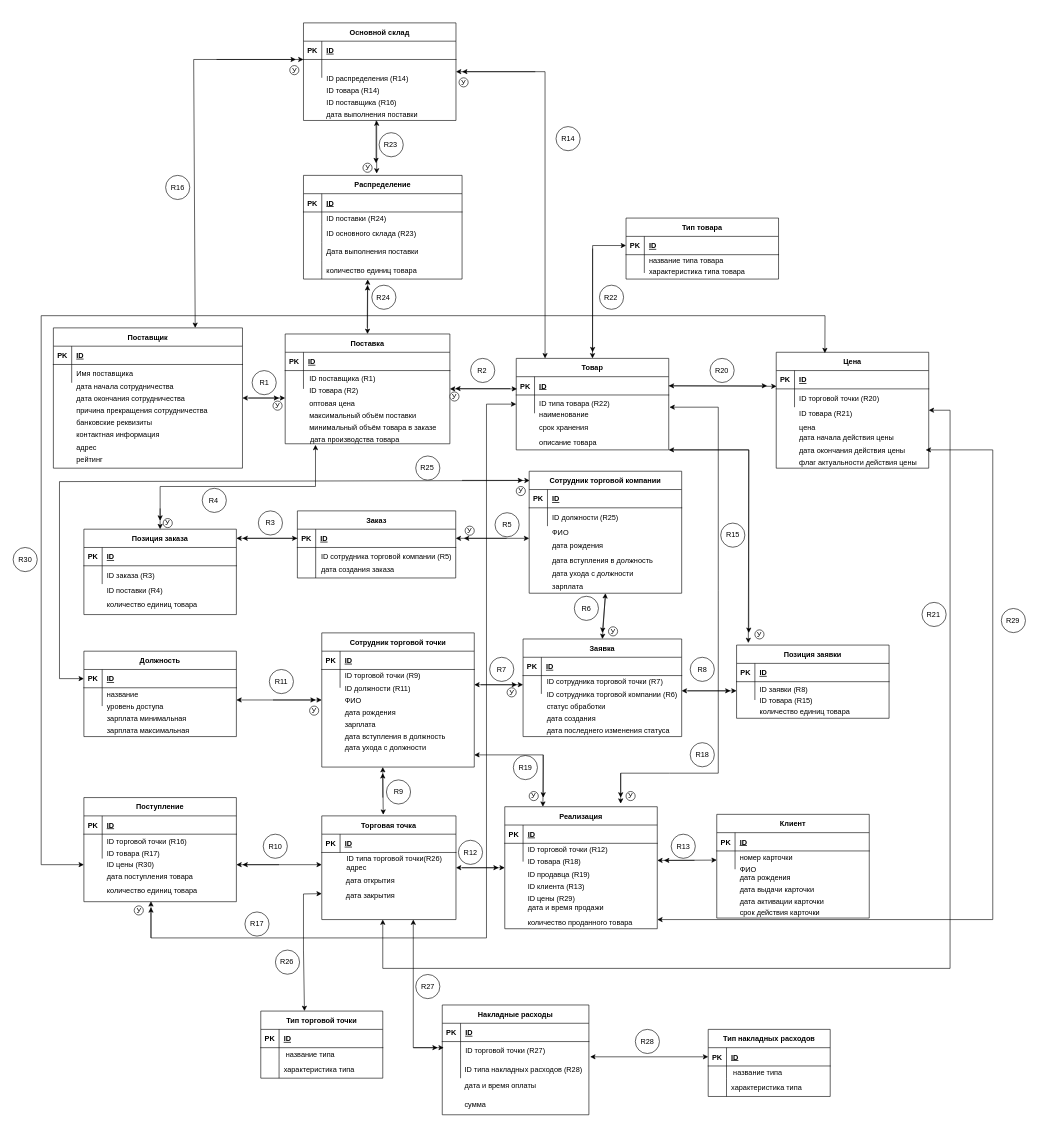
Earlier version of the draw.io diagram docs/diagrams/ER.drawio (Wact/nstu-fami-7semester-dbes-project). Source tidied: cells renumbered, new cells numbered last; positions are measured from the earlier drawing's top-left corner, leaving out a move shared by most shapes. Both pictures are drawn from the tidied source at 61%, with x=0, y=0 at pixel (10, 23).
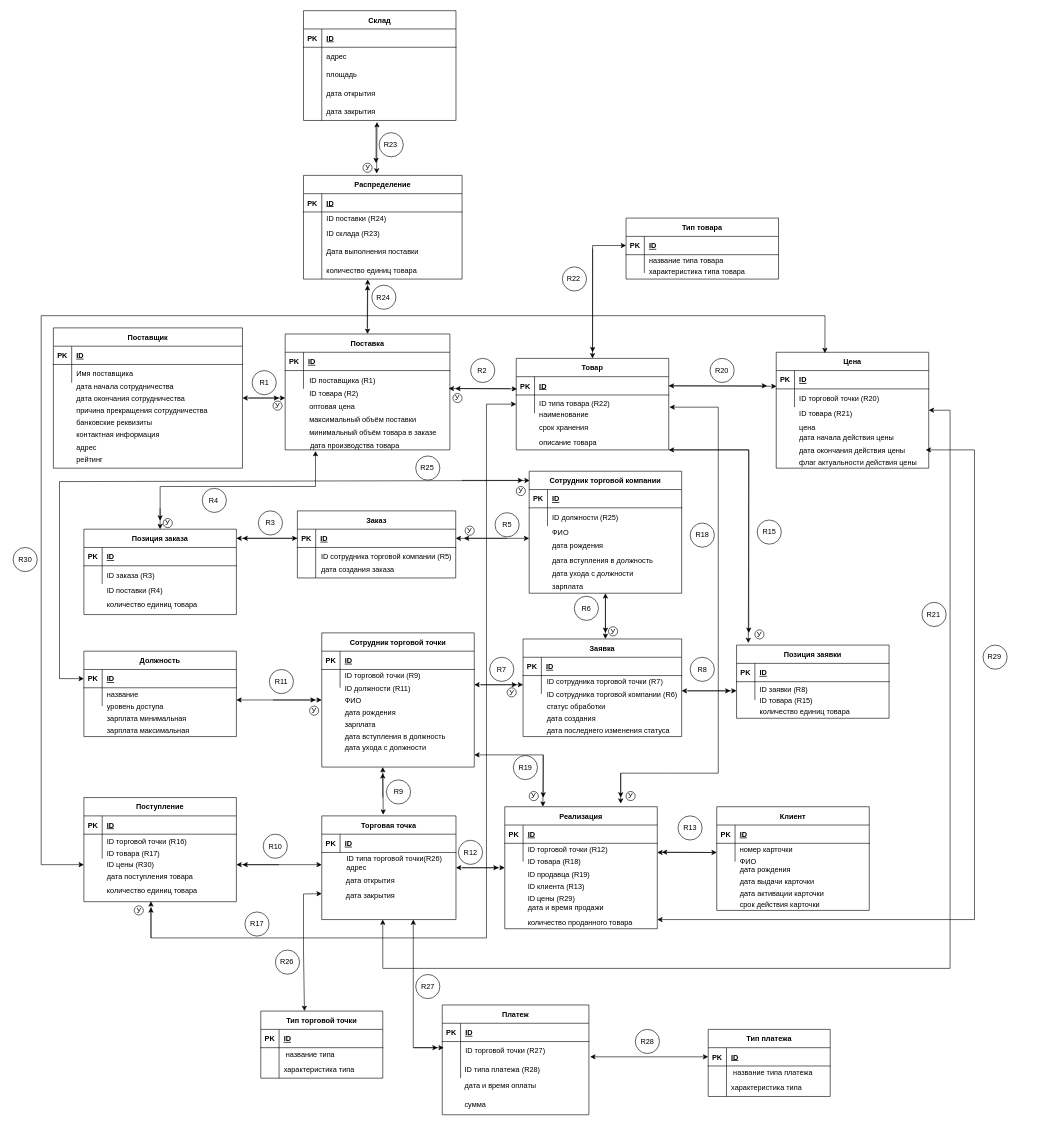
Above is the later version.

The change refers to these unchanged cells:
```xml
<mxCell id="3" value="Товар" style="shape=table;startSize=30;childLayout=tableLayout;rowLines=0;fontStyle=1;align=center;" parent="2" vertex="1">
  <mxGeometry width="250" height="150" as="geometry" />
</mxCell>
<mxCell id="4" style="shape=partialRectangle;fillColor=none;points=[[0,0.5],[1,0.5]];portConstraint=eastwest;top=0;left=0;right=0;bottom=1;" parent="3" vertex="1">
  <mxGeometry y="30" width="250" height="30" as="geometry" />
</mxCell>
<mxCell id="60" value="Сотрудник торговой компании" style="shape=table;startSize=30;childLayout=tableLayout;rowLines=0;fontStyle=1;align=center;" parent="59" vertex="1">
  <mxGeometry width="250" height="200" as="geometry" />
</mxCell>
<mxCell id="85" value="Поставщик" style="shape=table;startSize=30;childLayout=tableLayout;rowLines=0;fontStyle=1;align=center;" parent="84" vertex="1">
  <mxGeometry width="310" height="230" as="geometry" />
</mxCell>
<mxCell id="104" style="shape=partialRectangle;fillColor=none;points=[[0,0.5],[1,0.5]];portConstraint=eastwest;top=0;left=0;right=0;bottom=0;" parent="100" vertex="1">
  <mxGeometry y="60" width="270" height="30" as="geometry" />
</mxCell>
<mxCell id="114" value="Заявка" style="shape=table;startSize=30;childLayout=tableLayout;rowLines=0;fontStyle=1;align=center;" parent="113" vertex="1">
  <mxGeometry width="260" height="160" as="geometry" />
</mxCell>
<mxCell id="131" style="shape=partialRectangle;fillColor=none;points=[[0,0.5],[1,0.5]];portConstraint=eastwest;top=0;left=0;right=0;bottom=0;" parent="127" vertex="1">
  <mxGeometry y="60" width="250" height="30" as="geometry" />
</mxCell>
<mxCell id="326" style="shape=partialRectangle;fillColor=none;top=0;left=0;bottom=0;right=0;strokeColor=default;" parent="319" vertex="1">
  <mxGeometry y="80" width="260" height="30" as="geometry" />
</mxCell>
<mxCell id="352" style="group;" parent="351" vertex="1">
  <mxGeometry width="200" height="110" as="geometry" />
</mxCell>
<mxCell id="357" style="shape=partialRectangle;fillColor=none;top=0;left=0;bottom=0;right=0;strokeColor=default;" parent="353" vertex="1">
  <mxGeometry y="60" width="200" height="20" as="geometry" />
</mxCell>
<mxCell id="370" style="group;" parent="1" vertex="1">
  <mxGeometry x="707.5" y="1610" width="240.4" height="190" as="geometry" />
</mxCell>
```

What changed in the source:
```diff
@@
     <mxCell id="99" style="group;" parent="1" vertex="1">
-      <mxGeometry x="450" y="510" width="270" height="180" as="geometry" />
+      <mxGeometry x="450" y="510" width="270" height="190" as="geometry" />
     </mxCell>
     <mxCell id="100" value="Поставка" style="shape=table;startSize=30;childLayout=tableLayout;rowLines=0;fontStyle=1;align=center;" parent="99" vertex="1">
-      <mxGeometry width="270" height="180" as="geometry" />
+      <mxGeometry width="270" height="190" as="geometry" />
     </mxCell>
@@
     <mxCell id="107" value="&lt;span style=&quot;color: rgb(0 , 0 , 0) ; font-family: &amp;#34;helvetica&amp;#34; ; font-size: 12px ; font-style: normal ; letter-spacing: normal ; text-align: left ; text-indent: 0px ; text-transform: none ; word-spacing: 0px ; display: inline ; float: none&quot;&gt;ID поставщика (R1)&lt;/span&gt;&lt;br style=&quot;padding: 0px ; margin: 0px ; color: rgb(0 , 0 , 0) ; font-family: &amp;#34;helvetica&amp;#34; ; font-size: 12px ; font-style: normal ; letter-spacing: normal ; text-align: left ; text-indent: 0px ; text-transform: none ; word-spacing: 0px&quot;&gt;" style="text;whiteSpace=wrap;html=1;" parent="99" vertex="1">
-      <mxGeometry x="37.5" y="60" width="160" height="20" as="geometry" />
+      <mxGeometry x="37.5" y="63.3" width="160" height="21.1" as="geometry" />
     </mxCell>
     <mxCell id="108" value="&lt;span style=&quot;color: rgb(0 , 0 , 0) ; font-family: &amp;#34;helvetica&amp;#34; ; font-size: 12px ; font-style: normal ; letter-spacing: normal ; text-align: left ; text-indent: 0px ; text-transform: none ; word-spacing: 0px ; display: inline ; float: none&quot;&gt;ID товара (R2)&lt;/span&gt;" style="text;whiteSpace=wrap;html=1;" parent="99" vertex="1">
-      <mxGeometry x="37.5" y="80" width="160" height="20" as="geometry" />
+      <mxGeometry x="37.5" y="84.4" width="160" height="21.1" as="geometry" />
     </mxCell>
     <mxCell id="109" value="&lt;span style=&quot;color: rgb(0 , 0 , 0) ; font-family: &amp;#34;helvetica&amp;#34; ; font-size: 12px ; font-style: normal ; letter-spacing: normal ; text-align: left ; text-indent: 0px ; text-transform: none ; word-spacing: 0px ; display: inline ; float: none&quot;&gt;оптовая цена&lt;/span&gt;" style="text;whiteSpace=wrap;html=1;" parent="99" vertex="1">
-      <mxGeometry x="37.5" y="100" width="160" height="20" as="geometry" />
+      <mxGeometry x="37.5" y="105.6" width="160" height="21.1" as="geometry" />
     </mxCell>
     <mxCell id="110" value="&lt;span style=&quot;color: rgb(0 , 0 , 0) ; font-family: &amp;#34;helvetica&amp;#34; ; font-size: 12px ; font-style: normal ; letter-spacing: normal ; text-align: left ; text-indent: 0px ; text-transform: none ; word-spacing: 0px ; display: inline ; float: none&quot;&gt;максимальный объём поставки&lt;/span&gt;" style="text;whiteSpace=wrap;html=1;" parent="99" vertex="1">
-      <mxGeometry x="37.5" y="120" width="222.5" height="20" as="geometry" />
+      <mxGeometry x="37.5" y="126.7" width="222.5" height="21.1" as="geometry" />
     </mxCell>
     <mxCell id="111" value="&lt;span style=&quot;color: rgb(0 , 0 , 0) ; font-family: &amp;#34;helvetica&amp;#34; ; font-size: 12px ; font-style: normal ; letter-spacing: normal ; text-align: left ; text-indent: 0px ; text-transform: none ; word-spacing: 0px ; display: inline ; float: none&quot;&gt;минимальный объём товара в заказе&lt;/span&gt;" style="text;whiteSpace=wrap;html=1;" parent="99" vertex="1">
-      <mxGeometry x="37.5" y="140" width="222.5" height="20" as="geometry" />
+      <mxGeometry x="37.5" y="147.8" width="222.5" height="21.1" as="geometry" />
     </mxCell>
     <mxCell id="112" value="&lt;span style=&quot;color: rgb(0 , 0 , 0) ; font-family: &amp;#34;helvetica&amp;#34; ; font-size: 12px ; font-style: normal ; letter-spacing: normal ; text-align: left ; text-indent: 0px ; text-transform: none ; word-spacing: 0px ; display: inline ; float: none&quot;&gt;дата производства товара&lt;/span&gt;" style="text;whiteSpace=wrap;html=1;" parent="99" vertex="1">
-      <mxGeometry x="38.8" y="160" width="222.5" height="20" as="geometry" />
+      <mxGeometry x="38.8" y="168.9" width="222.5" height="21.1" as="geometry" />
     </mxCell>
@@
     <mxCell id="126" style="group;" parent="1" vertex="1">
-      <mxGeometry x="1157.5" y="1297.5" width="250" height="170" as="geometry" />
+      <mxGeometry x="1157.5" y="1285" width="250" height="170" as="geometry" />
     </mxCell>
@@
-    <mxCell id="216" style="endArrow=classic;startArrow=classic;html=1;rounded=0;exitX=1;exitY=0.5;exitDx=0;exitDy=0;entryX=0.005;entryY=0.667;entryDx=0;entryDy=0;entryPerimeter=0;" parent="1" edge="1" source="100" target="4">
+    <mxCell id="216" style="endArrow=classic;startArrow=classic;html=1;rounded=0;exitX=0.993;exitY=0.98;exitDx=0;exitDy=0;entryX=0.005;entryY=0.667;entryDx=0;entryDy=0;entryPerimeter=0;exitPerimeter=0;" parent="1" edge="1" source="104" target="4">
       <mxGeometry relative="1" as="geometry" />
     </mxCell>
@@
     <mxCell id="243" style="endArrow=classic;startArrow=classic;html=1;rounded=0;entryX=0;entryY=0.5;entryDx=0;entryDy=0;" parent="1" edge="1" target="131">
       <mxGeometry relative="1" as="geometry">
-        <mxPoint x="1060" y="1373" as="sourcePoint" />
+        <mxPoint x="1060" y="1360" as="sourcePoint" />
       </mxGeometry>
     </mxCell>
@@
     <mxCell id="245" style="endArrow=classic;html=1;rounded=0;" parent="1" edge="1">
       <mxGeometry relative="1" as="geometry">
-        <mxPoint x="1121" y="1373" as="sourcePoint" />
-        <mxPoint x="1071" y="1373" as="targetPoint" />
+        <mxPoint x="1150" y="1360" as="sourcePoint" />
+        <mxPoint x="1067.5" y="1359.5" as="targetPoint" />
       </mxGeometry>
     </mxCell>
     <mxCell id="246" style="group;" parent="1" vertex="1">
-      <mxGeometry x="1078.8" y="1330" width="47.5" height="40" as="geometry" />
+      <mxGeometry x="1090" y="1300" width="47.5" height="40" as="geometry" />
     </mxCell>
@@
-    <mxCell id="254" style="endArrow=classic;startArrow=classic;html=1;rounded=0;exitX=0.5;exitY=0;exitDx=0;exitDy=0;entryX=0.5;entryY=1;entryDx=0;entryDy=0;" parent="1" edge="1" source="114" target="60">
-      <mxGeometry relative="1" as="geometry" />
+    <mxCell id="254" style="endArrow=classic;startArrow=classic;html=1;rounded=0;entryX=0.5;entryY=1;entryDx=0;entryDy=0;" parent="1" edge="1" target="60">
+      <mxGeometry relative="1" as="geometry">
+        <mxPoint x="975" y="1010" as="sourcePoint" />
+      </mxGeometry>
     </mxCell>
     <mxCell id="255" style="endArrow=classic;html=1;rounded=0;" parent="1" edge="1">
       <mxGeometry relative="1" as="geometry">
         <mxPoint x="975" y="940" as="sourcePoint" />
-        <mxPoint x="970" y="1000" as="targetPoint" />
+        <mxPoint x="975" y="1000" as="targetPoint" />
       </mxGeometry>
     </mxCell>
@@
     <mxCell id="258" style="group;" parent="1" vertex="1">
-      <mxGeometry x="1160" y="820" width="47.5" height="40" as="geometry" />
+      <mxGeometry x="1219.8" y="815" width="47.5" height="40" as="geometry" />
     </mxCell>
@@
-    <mxCell id="261" style="endArrow=classic;startArrow=classic;html=1;rounded=0;exitX=0.189;exitY=0;exitDx=0;exitDy=0;exitPerimeter=0;" parent="1" edge="1" source="3">
-      <mxGeometry relative="1" as="geometry">
-        <mxPoint x="730" y="80" as="targetPoint" />
-        <Array as="points">
-          <mxPoint x="876" y="80" />
-        </Array>
-      </mxGeometry>
-    </mxCell>
-    <mxCell id="262" style="endArrow=classic;startArrow=classic;html=1;rounded=0;exitX=0.75;exitY=0;exitDx=0;exitDy=0;" parent="1" edge="1" source="85">
-      <mxGeometry relative="1" as="geometry">
-        <mxPoint x="480" y="60" as="targetPoint" />
-        <Array as="points">
-          <mxPoint x="300" y="60" />
-        </Array>
-      </mxGeometry>
-    </mxCell>
-    <mxCell id="263" style="group;" parent="1" vertex="1">
-      <mxGeometry x="250" y="250" width="47.5" height="40" as="geometry" />
-    </mxCell>
-    <mxCell id="264" style="ellipse;whiteSpace=wrap;html=1;labelBackgroundColor=#FFFFFF;align=left;" parent="263" vertex="1">
-      <mxGeometry x="4" width="39.6" height="39.6" as="geometry" />
-    </mxCell>
-    <mxCell id="265" value="R16" style="text;html=1;strokeColor=none;fillColor=none;align=center;verticalAlign=middle;whiteSpace=wrap;rounded=0;labelBackgroundColor=#FFFFFF;" parent="263" vertex="1">
-      <mxGeometry y="8" width="47.5" height="24" as="geometry" />
-    </mxCell>
@@
     <mxCell id="267" style="group;" parent="1" vertex="1">
-      <mxGeometry x="1110" y="1180" width="47.5" height="40" as="geometry" />
+      <mxGeometry x="1110" y="820" width="47.5" height="40" as="geometry" />
     </mxCell>
@@
-    <mxCell id="307" value="Основной склад" style="shape=table;startSize=30;childLayout=tableLayout;rowLines=0;fontStyle=1;align=center;" parent="1" vertex="1">
-      <mxGeometry x="480" width="250" height="160" as="geometry" />
+    <mxCell id="307" value="Cклад" style="shape=table;startSize=30;childLayout=tableLayout;rowLines=0;fontStyle=1;align=center;" parent="1" vertex="1">
+      <mxGeometry x="480" y="-20" width="250" height="180" as="geometry" />
     </mxCell>
@@
-    <mxCell id="311" style="shape=partialRectangle;fillColor=none;top=0;left=0;right=0;bottom=0;" parent="307" vertex="1">
-      <mxGeometry y="60" width="250" height="30" as="geometry" />
-    </mxCell>
-    <mxCell id="312" style="shape=partialRectangle;overflow=hidden;fillColor=none;top=0;left=0;bottom=0;right=0;" parent="311" vertex="1">
-      <mxGeometry width="30" height="30" as="geometry" />
-    </mxCell>
-    <mxCell id="313" style="shape=partialRectangle;overflow=hidden;fillColor=none;top=0;left=0;bottom=0;right=0;align=left;spacingLeft=6;" parent="311" vertex="1">
-      <mxGeometry x="30" width="220" height="30" as="geometry" />
-    </mxCell>
-    <mxCell id="314" style="group;" parent="1" vertex="1">
-      <mxGeometry x="480" y="20" width="250" height="140" as="geometry" />
-    </mxCell>
-    <mxCell id="315" value="ID товара (R14)" style="shape=partialRectangle;overflow=hidden;fillColor=none;top=0;left=0;bottom=0;right=0;align=left;spacingLeft=6;" parent="314" vertex="1">
-      <mxGeometry x="30" y="80" width="220" height="20" as="geometry" />
-    </mxCell>
-    <mxCell id="316" value="дата выполнения поставки" style="shape=partialRectangle;overflow=hidden;fillColor=none;top=0;left=0;bottom=0;right=0;align=left;spacingLeft=6;" parent="314" vertex="1">
-      <mxGeometry x="30" y="120" width="220" height="20" as="geometry" />
-    </mxCell>
-    <mxCell id="317" value="ID поставщика (R16)" style="shape=partialRectangle;overflow=hidden;fillColor=none;top=0;left=0;bottom=0;right=0;align=left;spacingLeft=6;" parent="314" vertex="1">
-      <mxGeometry x="30" y="100" width="220" height="20" as="geometry" />
-    </mxCell>
-    <mxCell id="318" value="ID распределения (R14)" style="shape=partialRectangle;overflow=hidden;fillColor=none;top=0;left=0;bottom=0;right=0;align=left;spacingLeft=6;" parent="314" vertex="1">
-      <mxGeometry x="30" y="60" width="220" height="20" as="geometry" />
-    </mxCell>
+    <mxCell id="437" style="shape=partialRectangle;fillColor=none;top=0;left=0;bottom=0;right=0;" parent="307" vertex="1">
+      <mxGeometry y="60" width="250" height="30" as="geometry" />
+    </mxCell>
+    <mxCell id="438" style="shape=partialRectangle;fillColor=none;top=0;left=0;bottom=0;right=0;overflow=hidden;" parent="437" vertex="1">
+      <mxGeometry width="30" height="30" as="geometry" />
+    </mxCell>
+    <mxCell id="439" value="адрес" style="shape=partialRectangle;fillColor=none;top=0;left=0;bottom=0;right=0;align=left;spacingLeft=6;overflow=hidden;" parent="437" vertex="1">
+      <mxGeometry x="30" width="220" height="30" as="geometry" />
+    </mxCell>
+    <mxCell id="440" style="shape=partialRectangle;fillColor=none;top=0;left=0;bottom=0;right=0;" parent="307" vertex="1">
+      <mxGeometry y="90" width="250" height="30" as="geometry" />
+    </mxCell>
+    <mxCell id="441" style="shape=partialRectangle;fillColor=none;top=0;left=0;bottom=0;right=0;overflow=hidden;" parent="440" vertex="1">
+      <mxGeometry width="30" height="30" as="geometry" />
+    </mxCell>
+    <mxCell id="442" value="площадь" style="shape=partialRectangle;fillColor=none;top=0;left=0;bottom=0;right=0;align=left;spacingLeft=6;overflow=hidden;" parent="440" vertex="1">
+      <mxGeometry x="30" width="220" height="30" as="geometry" />
+    </mxCell>
+    <mxCell id="443" style="shape=partialRectangle;fillColor=none;top=0;left=0;bottom=0;right=0;" parent="307" vertex="1">
+      <mxGeometry y="120" width="250" height="30" as="geometry" />
+    </mxCell>
+    <mxCell id="444" style="shape=partialRectangle;fillColor=none;top=0;left=0;bottom=0;right=0;overflow=hidden;" parent="443" vertex="1">
+      <mxGeometry width="30" height="30" as="geometry" />
+    </mxCell>
+    <mxCell id="445" value="дата открытия" style="shape=partialRectangle;fillColor=none;top=0;left=0;bottom=0;right=0;align=left;spacingLeft=6;overflow=hidden;" parent="443" vertex="1">
+      <mxGeometry x="30" width="220" height="30" as="geometry" />
+    </mxCell>
+    <mxCell id="446" style="shape=partialRectangle;fillColor=none;top=0;left=0;bottom=0;right=0;points=[[0,0.5],[1,0.5]];portConstraint=eastwest;" parent="307" vertex="1">
+      <mxGeometry y="150" width="250" height="30" as="geometry" />
+    </mxCell>
+    <mxCell id="447" style="shape=partialRectangle;fillColor=none;top=0;left=0;bottom=0;right=0;overflow=hidden;" parent="446" vertex="1">
+      <mxGeometry width="30" height="30" as="geometry" />
+    </mxCell>
+    <mxCell id="448" value="дата закрытия" style="shape=partialRectangle;fillColor=none;top=0;left=0;bottom=0;right=0;align=left;spacingLeft=6;overflow=hidden;" parent="446" vertex="1">
+      <mxGeometry x="30" width="220" height="30" as="geometry" />
+    </mxCell>
@@
-    <mxCell id="328" value="ID основного склада (R23)" style="shape=partialRectangle;fillColor=none;top=0;left=0;bottom=0;right=0;align=left;spacingLeft=6;overflow=hidden;strokeColor=default;" parent="326" vertex="1">
+    <mxCell id="328" value="ID склада (R23)" style="shape=partialRectangle;fillColor=none;top=0;left=0;bottom=0;right=0;align=left;spacingLeft=6;overflow=hidden;strokeColor=default;" parent="326" vertex="1">
       <mxGeometry x="30" width="230" height="30" as="geometry" />
     </mxCell>
@@
-    <mxCell id="353" value="Тип накладных расходов" style="shape=table;startSize=30;childLayout=tableLayout;rowLines=0;fontStyle=1;align=center;" parent="352" vertex="1">
+    <mxCell id="353" value="Тип платежа" style="shape=table;startSize=30;childLayout=tableLayout;rowLines=0;fontStyle=1;align=center;" parent="352" vertex="1">
       <mxGeometry width="200" height="110" as="geometry" />
     </mxCell>
@@
-    <mxCell id="359" value=" название типа " style="shape=partialRectangle;fillColor=none;top=0;left=0;bottom=0;right=0;align=left;spacingLeft=6;overflow=hidden;strokeColor=default;" parent="357" vertex="1">
+    <mxCell id="359" value=" название типа платежа " style="shape=partialRectangle;fillColor=none;top=0;left=0;bottom=0;right=0;align=left;spacingLeft=6;overflow=hidden;strokeColor=default;" parent="357" vertex="1">
       <mxGeometry x="30" width="170" height="20" as="geometry" />
     </mxCell>
@@
-    <mxCell id="364" style="endArrow=classic;startArrow=classic;html=1;rounded=0;" parent="1" edge="1">
+    <mxCell id="364" style="endArrow=classic;startArrow=classic;html=1;rounded=0;entryX=0.482;entryY=1.087;entryDx=0;entryDy=0;entryPerimeter=0;" parent="1" edge="1" target="446">
       <mxGeometry relative="1" as="geometry">
         <mxPoint x="600" y="247" as="sourcePoint" />
-        <mxPoint x="600" y="160" as="targetPoint" />
       </mxGeometry>
     </mxCell>
@@
-    <mxCell id="367" style="group;" parent="1" vertex="1">
-      <mxGeometry x="890" y="170" width="47.5" height="40" as="geometry" />
-    </mxCell>
-    <mxCell id="368" style="ellipse;whiteSpace=wrap;html=1;labelBackgroundColor=#FFFFFF;align=left;" parent="367" vertex="1">
-      <mxGeometry x="4" width="39.6" height="39.6" as="geometry" />
-    </mxCell>
-    <mxCell id="369" value="R14" style="text;html=1;strokeColor=none;fillColor=none;align=center;verticalAlign=middle;whiteSpace=wrap;rounded=0;labelBackgroundColor=#FFFFFF;" parent="367" vertex="1">
-      <mxGeometry y="7.8" width="47.5" height="24" as="geometry" />
-    </mxCell>
@@
-    <mxCell id="371" value="Накладные расходы" style="shape=table;startSize=30;childLayout=tableLayout;rowLines=0;fontStyle=1;align=center;" parent="370" vertex="1">
+    <mxCell id="371" value="Платеж" style="shape=table;startSize=30;childLayout=tableLayout;rowLines=0;fontStyle=1;align=center;" parent="370" vertex="1">
       <mxGeometry width="240.4" height="180" as="geometry" />
     </mxCell>
@@
-    <mxCell id="381" value="ID типа накладных расходов (R28) " style="shape=partialRectangle;overflow=hidden;fillColor=none;top=0;left=0;bottom=0;right=0;align=left;spacingLeft=6;" parent="370" vertex="1">
+    <mxCell id="381" value="ID типа платежа (R28) " style="shape=partialRectangle;overflow=hidden;fillColor=none;top=0;left=0;bottom=0;right=0;align=left;spacingLeft=6;" parent="370" vertex="1">
       <mxGeometry x="28.9" y="89.8" width="211.5" height="30.4" as="geometry" />
     </mxCell>
@@
     <mxCell id="384" style="group;" parent="1" vertex="1">
-      <mxGeometry x="961.2" y="430" width="47.5" height="40" as="geometry" />
+      <mxGeometry x="900.4" y="400" width="47.5" height="40" as="geometry" />
     </mxCell>
@@
-    <mxCell id="402" style="endArrow=classic;html=1;rounded=0;" parent="1" edge="1">
-      <mxGeometry relative="1" as="geometry">
-        <mxPoint x="337.5" y="60" as="sourcePoint" />
-        <mxPoint x="467.5" y="60" as="targetPoint" />
-      </mxGeometry>
-    </mxCell>
     <mxCell id="403" style="endArrow=classic;html=1;rounded=0;" parent="1" edge="1">
       <mxGeometry relative="1" as="geometry">
-        <mxPoint x="599" y="160" as="sourcePoint" />
+        <mxPoint x="599" y="170" as="sourcePoint" />
         <mxPoint x="599" y="230" as="targetPoint" />
       </mxGeometry>
     </mxCell>
@@
     <mxCell id="411" style="endArrow=classic;startArrow=classic;html=1;rounded=0;" parent="1" edge="1">
       <mxGeometry relative="1" as="geometry">
         <mxPoint x="1060" y="1470" as="sourcePoint" />
         <mxPoint x="1500" y="700" as="targetPoint" />
         <Array as="points">
-          <mxPoint x="1610" y="1470" />
-          <mxPoint x="1610" y="700" />
+          <mxPoint x="1580" y="1470" />
+          <mxPoint x="1580" y="700" />
         </Array>
       </mxGeometry>
     </mxCell>
     <mxCell id="412" style="group;" parent="1" vertex="1">
-      <mxGeometry x="1620" y="960" width="47.5" height="40" as="geometry" />
+      <mxGeometry x="1590" y="1020" width="47.5" height="40" as="geometry" />
     </mxCell>
@@
-    <mxCell id="420" value="У" style="ellipse;whiteSpace=wrap;html=1;" parent="1" vertex="1">
-      <mxGeometry x="457.5" y="70" width="15" height="15" as="geometry" />
-    </mxCell>
@@
     <mxCell id="423" value="У" style="ellipse;whiteSpace=wrap;html=1;" parent="1" vertex="1">
-      <mxGeometry x="720" y="605" width="15" height="15" as="geometry" />
+      <mxGeometry x="725" y="607.5" width="15" height="15" as="geometry" />
     </mxCell>
@@
-    <mxCell id="425" style="endArrow=classic;html=1;rounded=0;" parent="1" edge="1">
-      <mxGeometry relative="1" as="geometry">
-        <mxPoint x="860" y="80" as="sourcePoint" />
-        <mxPoint x="740" y="80" as="targetPoint" />
-      </mxGeometry>
-    </mxCell>
-    <mxCell id="426" value="У" style="ellipse;whiteSpace=wrap;html=1;" parent="1" vertex="1">
-      <mxGeometry x="735" y="90" width="15" height="15" as="geometry" />
-    </mxCell>
```
